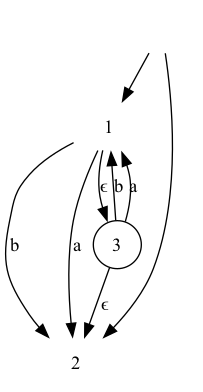
The Graphviz diagram images/nfa_5.gv.png in gg9192/TOC_project, before a commit. Its source is kept beside it as images/nfa_5.gv. Source of this version:
```dot
digraph nfa {
	Start [label="" shape=none]
	1 [label=1 shape=plaintext]
	2 [label=2 shape=plaintext]
	3 [label=3 shape=circle]
	Start -> 1
	Start -> 2
	3 -> 2 [label="ϵ"]
	3 -> 1 [label=b]
	3 -> 1 [label=a]
	1 -> 3 [label="ϵ"]
	1 -> 2 [label=b]
	1 -> 2 [label=a]
}
```
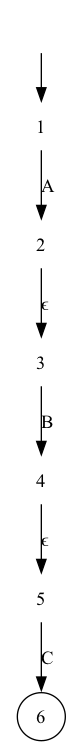
The same diagram one commit later.

Diff of the diagram source:
```diff
@@ -2,13 +2,14 @@
 	Start [label="" shape=none]
 	1 [label=1 shape=plaintext]
 	2 [label=2 shape=plaintext]
-	3 [label=3 shape=circle]
+	3 [label=3 shape=plaintext]
+	4 [label=4 shape=plaintext]
+	5 [label=5 shape=plaintext]
+	6 [label=6 shape=circle]
 	Start -> 1
-	Start -> 2
-	3 -> 2 [label="ϵ"]
-	3 -> 1 [label=b]
-	3 -> 1 [label=a]
-	1 -> 3 [label="ϵ"]
-	1 -> 2 [label=b]
-	1 -> 2 [label=a]
+	1 -> 2 [label=A]
+	2 -> 3 [label="ϵ"]
+	3 -> 4 [label=B]
+	4 -> 5 [label="ϵ"]
+	5 -> 6 [label=C]
 }
```
